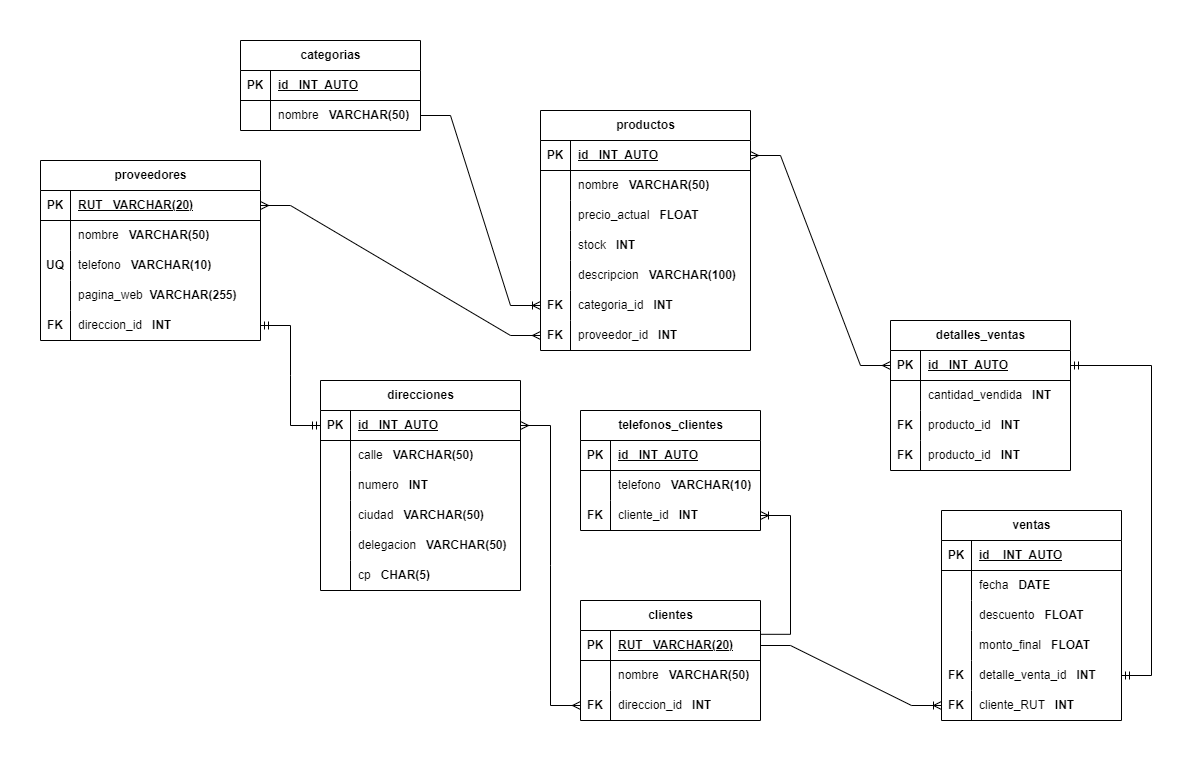
Before: db_diagrams/ModeloRelacional-BD.drawio.png, a diagram exported from draw.io (carolinapineda/Servicio-De-Ventas). Source tidied: cells renumbered, new cells last; positions are measured from the earlier drawing's top-left corner, leaving out a move shared by most shapes.
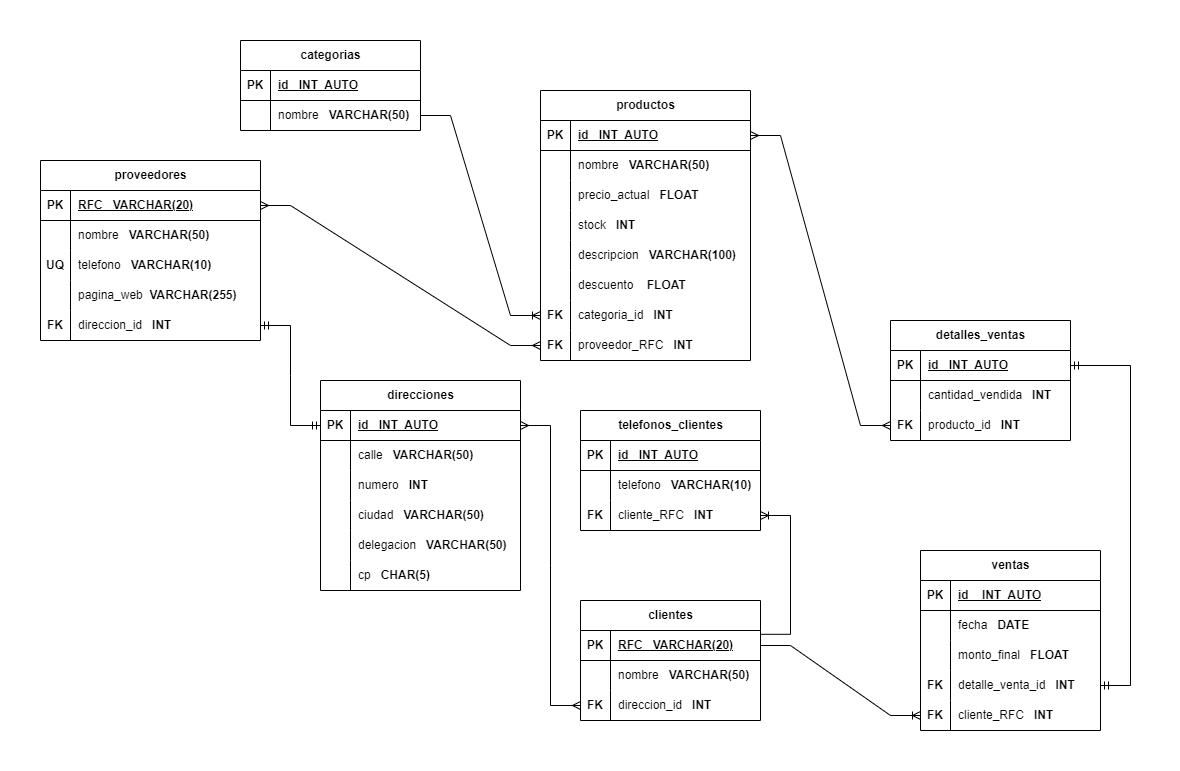
The same file after the commit.

The edit, as a diff of the source:
```diff
@@ -11,7 +11,7 @@
     <mxCell id="4" value="PK" style="shape=partialRectangle;fillColor=none;top=0;left=0;bottom=0;right=0;fontStyle=1;overflow=hidden;whiteSpace=wrap;html=1;" parent="3" vertex="1">
       <mxGeometry width="30" height="30" as="geometry" />
     </mxCell>
-    <mxCell id="5" value="RUT&amp;nbsp; &amp;nbsp;VARCHAR(20)" style="shape=partialRectangle;fillColor=none;top=0;left=0;bottom=0;right=0;align=left;spacingLeft=6;fontStyle=5;overflow=hidden;whiteSpace=wrap;html=1;" parent="3" vertex="1">
+    <mxCell id="5" value="RFC&amp;nbsp; &amp;nbsp;VARCHAR(20)" style="shape=partialRectangle;fillColor=none;top=0;left=0;bottom=0;right=0;align=left;spacingLeft=6;fontStyle=5;overflow=hidden;whiteSpace=wrap;html=1;" parent="3" vertex="1">
       <mxGeometry x="30" width="190" height="30" as="geometry" />
     </mxCell>
     <mxCell id="6" style="shape=tableRow;horizontal=0;startSize=0;swimlaneHead=0;swimlaneBody=0;fillColor=none;top=0;left=0;right=0;bottom=0;" parent="2" vertex="1">
@@ -59,7 +59,7 @@
     <mxCell id="20" value="PK" style="shape=partialRectangle;fillColor=none;top=0;left=0;bottom=0;right=0;fontStyle=1;overflow=hidden;whiteSpace=wrap;html=1;" parent="19" vertex="1">
       <mxGeometry width="30" height="30" as="geometry" />
     </mxCell>
-    <mxCell id="21" value="RUT&amp;nbsp; &amp;nbsp;VARCHAR(20)" style="shape=partialRectangle;fillColor=none;top=0;left=0;bottom=0;right=0;align=left;spacingLeft=6;fontStyle=5;overflow=hidden;whiteSpace=wrap;html=1;" parent="19" vertex="1">
+    <mxCell id="21" value="RFC&amp;nbsp; &amp;nbsp;VARCHAR(20)" style="shape=partialRectangle;fillColor=none;top=0;left=0;bottom=0;right=0;align=left;spacingLeft=6;fontStyle=5;overflow=hidden;whiteSpace=wrap;html=1;" parent="19" vertex="1">
       <mxGeometry x="30" width="150" height="30" as="geometry" />
     </mxCell>
     <mxCell id="22" style="shape=tableRow;horizontal=0;startSize=0;swimlaneHead=0;swimlaneBody=0;fillColor=none;top=0;left=0;right=0;bottom=0;" parent="18" vertex="1">
@@ -107,7 +107,7 @@
     <mxCell id="36" value="FK" style="shape=partialRectangle;fillColor=none;top=0;left=0;bottom=0;right=0;overflow=hidden;whiteSpace=wrap;html=1;fontStyle=1;" parent="35" vertex="1">
       <mxGeometry width="30" height="30" as="geometry" />
     </mxCell>
-    <mxCell id="37" value="cliente_id&amp;nbsp; &amp;nbsp;&lt;b&gt;INT&lt;/b&gt;" style="shape=partialRectangle;fillColor=none;top=0;left=0;bottom=0;right=0;align=left;spacingLeft=6;overflow=hidden;whiteSpace=wrap;html=1;" parent="35" vertex="1">
+    <mxCell id="37" value="cliente_RFC&amp;nbsp; &amp;nbsp;&lt;b&gt;INT&lt;/b&gt;" style="shape=partialRectangle;fillColor=none;top=0;left=0;bottom=0;right=0;align=left;spacingLeft=6;overflow=hidden;whiteSpace=wrap;html=1;" parent="35" vertex="1">
       <mxGeometry x="30" width="150" height="30" as="geometry" />
     </mxCell>
     <mxCell id="38" value="direcciones" style="shape=table;startSize=30;rowLines=0;fontStyle=1;align=center;html=1;" parent="1" vertex="1">
@@ -168,7 +168,7 @@
       <mxGeometry x="30" width="170" height="30" as="geometry" />
     </mxCell>
     <mxCell id="57" value="productos" style="shape=table;startSize=30;rowLines=0;fontStyle=1;align=center;html=1;" parent="1" vertex="1">
-      <mxGeometry x="500" y="70" width="210" height="240" as="geometry" />
+      <mxGeometry x="500" y="50" width="210" height="270" as="geometry" />
     </mxCell>
     <mxCell id="58" style="shape=tableRow;horizontal=0;startSize=0;swimlaneHead=0;swimlaneBody=0;fillColor=none;points=[[0,0.5],[1,0.5]];portConstraint=eastwest;top=0;left=0;right=0;bottom=1;" parent="57" vertex="1">
       <mxGeometry y="30" width="210" height="30" as="geometry" />
@@ -215,8 +215,17 @@
     <mxCell id="72" value="descripcion&amp;nbsp; &amp;nbsp;&lt;b&gt;VARCHAR(100)&lt;/b&gt;" style="shape=partialRectangle;fillColor=none;top=0;left=0;bottom=0;right=0;align=left;spacingLeft=6;overflow=hidden;whiteSpace=wrap;html=1;" parent="70" vertex="1">
       <mxGeometry x="30" width="180" height="30" as="geometry" />
     </mxCell>
+    <mxCell id="126" style="shape=tableRow;horizontal=0;startSize=0;swimlaneHead=0;swimlaneBody=0;fillColor=none;top=0;left=0;right=0;bottom=0;" parent="57" vertex="1">
+      <mxGeometry y="180" width="210" height="30" as="geometry" />
+    </mxCell>
+    <mxCell id="127" style="shape=partialRectangle;fillColor=none;top=0;left=0;bottom=0;right=0;overflow=hidden;whiteSpace=wrap;html=1;fontStyle=1;" parent="126" vertex="1">
+      <mxGeometry width="30" height="30" as="geometry" />
+    </mxCell>
+    <mxCell id="95" value="descuento&amp;nbsp; &amp;nbsp;&lt;b&gt; FLOAT&lt;/b&gt;" style="shape=partialRectangle;fillColor=none;top=0;left=0;bottom=0;right=0;align=left;spacingLeft=6;overflow=hidden;whiteSpace=wrap;html=1;" parent="126" vertex="1">
+      <mxGeometry x="30" width="180" height="30" as="geometry" />
+    </mxCell>
     <mxCell id="73" style="shape=tableRow;horizontal=0;startSize=0;swimlaneHead=0;swimlaneBody=0;fillColor=none;points=[[0,0.5],[1,0.5]];portConstraint=eastwest;top=0;left=0;right=0;bottom=0;" parent="57" vertex="1">
-      <mxGeometry y="180" width="210" height="30" as="geometry" />
+      <mxGeometry y="210" width="210" height="30" as="geometry" />
     </mxCell>
     <mxCell id="74" value="FK" style="shape=partialRectangle;fillColor=none;top=0;left=0;bottom=0;right=0;overflow=hidden;whiteSpace=wrap;html=1;fontStyle=1;" parent="73" vertex="1">
       <mxGeometry width="30" height="30" as="geometry" />
@@ -225,12 +234,12 @@
       <mxGeometry x="30" width="180" height="30" as="geometry" />
     </mxCell>
     <mxCell id="76" style="shape=tableRow;horizontal=0;startSize=0;swimlaneHead=0;swimlaneBody=0;fillColor=none;points=[[0,0.5],[1,0.5]];portConstraint=eastwest;top=0;left=0;right=0;bottom=0;" parent="57" vertex="1">
-      <mxGeometry y="210" width="210" height="30" as="geometry" />
+      <mxGeometry y="240" width="210" height="30" as="geometry" />
     </mxCell>
     <mxCell id="77" value="FK" style="shape=partialRectangle;fillColor=none;top=0;left=0;bottom=0;right=0;overflow=hidden;whiteSpace=wrap;html=1;fontStyle=1;" parent="76" vertex="1">
       <mxGeometry width="30" height="30" as="geometry" />
     </mxCell>
-    <mxCell id="78" value="proveedor_id&amp;nbsp; &amp;nbsp;&lt;b&gt;INT&lt;/b&gt;" style="shape=partialRectangle;fillColor=none;top=0;left=0;bottom=0;right=0;align=left;spacingLeft=6;overflow=hidden;whiteSpace=wrap;html=1;" parent="76" vertex="1">
+    <mxCell id="78" value="proveedor_RFC&amp;nbsp; &amp;nbsp;&lt;b&gt;INT&lt;/b&gt;" style="shape=partialRectangle;fillColor=none;top=0;left=0;bottom=0;right=0;align=left;spacingLeft=6;overflow=hidden;whiteSpace=wrap;html=1;" parent="76" vertex="1">
       <mxGeometry x="30" width="180" height="30" as="geometry" />
     </mxCell>
     <mxCell id="79" value="categorias" style="shape=table;startSize=30;rowLines=0;fontStyle=1;align=center;html=1;" parent="1" vertex="1">
@@ -255,7 +264,7 @@
       <mxGeometry x="30" width="150" height="30" as="geometry" />
     </mxCell>
     <mxCell id="86" value="ventas" style="shape=table;startSize=30;rowLines=0;fontStyle=1;align=center;html=1;" parent="1" vertex="1">
-      <mxGeometry x="901" y="470" width="180" height="210" as="geometry" />
+      <mxGeometry x="880" y="510" width="180" height="180" as="geometry" />
     </mxCell>
     <mxCell id="87" style="shape=tableRow;horizontal=0;startSize=0;swimlaneHead=0;swimlaneBody=0;fillColor=none;top=0;left=0;right=0;bottom=1;" parent="86" vertex="1">
       <mxGeometry y="30" width="180" height="30" as="geometry" />
@@ -275,17 +284,8 @@
     <mxCell id="92" value="fecha&amp;nbsp; &amp;nbsp;&lt;b&gt;DATE&lt;/b&gt;" style="shape=partialRectangle;fillColor=none;top=0;left=0;bottom=0;right=0;align=left;spacingLeft=6;overflow=hidden;whiteSpace=wrap;html=1;" parent="90" vertex="1">
       <mxGeometry x="30" width="150" height="30" as="geometry" />
     </mxCell>
-    <mxCell id="93" style="shape=tableRow;horizontal=0;startSize=0;swimlaneHead=0;swimlaneBody=0;fillColor=none;top=0;left=0;right=0;bottom=0;" parent="86" vertex="1">
-      <mxGeometry y="90" width="180" height="30" as="geometry" />
-    </mxCell>
-    <mxCell id="94" style="shape=partialRectangle;fillColor=none;top=0;left=0;bottom=0;right=0;overflow=hidden;whiteSpace=wrap;html=1;" parent="93" vertex="1">
-      <mxGeometry width="30" height="30" as="geometry" />
-    </mxCell>
-    <mxCell id="95" value="descuento&amp;nbsp; &amp;nbsp;&lt;b&gt;FLOAT&lt;/b&gt;" style="shape=partialRectangle;fillColor=none;top=0;left=0;bottom=0;right=0;align=left;spacingLeft=6;overflow=hidden;whiteSpace=wrap;html=1;" parent="93" vertex="1">
-      <mxGeometry x="30" width="150" height="30" as="geometry" />
-    </mxCell>
     <mxCell id="96" style="shape=tableRow;horizontal=0;startSize=0;swimlaneHead=0;swimlaneBody=0;fillColor=none;top=0;left=0;right=0;bottom=0;" parent="86" vertex="1">
-      <mxGeometry y="120" width="180" height="30" as="geometry" />
+      <mxGeometry y="90" width="180" height="30" as="geometry" />
     </mxCell>
     <mxCell id="97" style="shape=partialRectangle;fillColor=none;top=0;left=0;bottom=0;right=0;overflow=hidden;whiteSpace=wrap;html=1;" parent="96" vertex="1">
       <mxGeometry width="30" height="30" as="geometry" />
@@ -294,7 +294,7 @@
       <mxGeometry x="30" width="150" height="30" as="geometry" />
     </mxCell>
     <mxCell id="99" style="shape=tableRow;horizontal=0;startSize=0;swimlaneHead=0;swimlaneBody=0;fillColor=none;points=[[0,0.5],[1,0.5]];portConstraint=eastwest;top=0;left=0;right=0;bottom=0;" parent="86" vertex="1">
-      <mxGeometry y="150" width="180" height="30" as="geometry" />
+      <mxGeometry y="120" width="180" height="30" as="geometry" />
     </mxCell>
     <mxCell id="100" value="FK" style="shape=partialRectangle;fillColor=none;top=0;left=0;bottom=0;right=0;overflow=hidden;whiteSpace=wrap;html=1;fontStyle=1;" parent="99" vertex="1">
       <mxGeometry width="30" height="30" as="geometry" />
@@ -303,16 +303,16 @@
       <mxGeometry x="30" width="150" height="30" as="geometry" />
     </mxCell>
     <mxCell id="102" style="shape=tableRow;horizontal=0;startSize=0;swimlaneHead=0;swimlaneBody=0;fillColor=none;points=[[0,0.5],[1,0.5]];portConstraint=eastwest;top=0;left=0;right=0;bottom=0;" parent="86" vertex="1">
-      <mxGeometry y="180" width="180" height="30" as="geometry" />
+      <mxGeometry y="150" width="180" height="30" as="geometry" />
     </mxCell>
     <mxCell id="103" value="FK" style="shape=partialRectangle;fillColor=none;top=0;left=0;bottom=0;right=0;overflow=hidden;whiteSpace=wrap;html=1;fontStyle=1;" parent="102" vertex="1">
       <mxGeometry width="30" height="30" as="geometry" />
     </mxCell>
-    <mxCell id="104" value="cliente_RUT&amp;nbsp; &amp;nbsp;&lt;b&gt;INT&lt;/b&gt;" style="shape=partialRectangle;fillColor=none;top=0;left=0;bottom=0;right=0;align=left;spacingLeft=6;overflow=hidden;whiteSpace=wrap;html=1;" parent="102" vertex="1">
+    <mxCell id="104" value="cliente_RFC&amp;nbsp; &amp;nbsp;&lt;b&gt;INT&lt;/b&gt;" style="shape=partialRectangle;fillColor=none;top=0;left=0;bottom=0;right=0;align=left;spacingLeft=6;overflow=hidden;whiteSpace=wrap;html=1;" parent="102" vertex="1">
       <mxGeometry x="30" width="150" height="30" as="geometry" />
     </mxCell>
     <mxCell id="105" value="detalles_ventas" style="shape=table;startSize=30;rowLines=0;fontStyle=1;align=center;html=1;" parent="1" vertex="1">
-      <mxGeometry x="850" y="280" width="180" height="150" as="geometry" />
+      <mxGeometry x="850" y="280" width="180" height="120" as="geometry" />
     </mxCell>
     <mxCell id="106" style="shape=tableRow;horizontal=0;startSize=0;swimlaneHead=0;swimlaneBody=0;fillColor=none;points=[[0,0.5],[1,0.5]];portConstraint=eastwest;top=0;left=0;right=0;bottom=1;" parent="105" vertex="1">
       <mxGeometry y="30" width="180" height="30" as="geometry" />
@@ -341,15 +341,6 @@
     <mxCell id="114" value="producto_id&amp;nbsp; &amp;nbsp;&lt;b&gt;INT&lt;/b&gt;" style="shape=partialRectangle;fillColor=none;top=0;left=0;bottom=0;right=0;align=left;spacingLeft=6;overflow=hidden;whiteSpace=wrap;html=1;" parent="112" vertex="1">
       <mxGeometry x="30" width="150" height="30" as="geometry" />
     </mxCell>
-    <mxCell id="115" style="shape=tableRow;horizontal=0;startSize=0;swimlaneHead=0;swimlaneBody=0;fillColor=none;top=0;left=0;right=0;bottom=0;" parent="105" vertex="1">
-      <mxGeometry y="120" width="180" height="30" as="geometry" />
-    </mxCell>
-    <mxCell id="116" value="FK" style="shape=partialRectangle;fillColor=none;top=0;left=0;bottom=0;right=0;overflow=hidden;whiteSpace=wrap;html=1;fontStyle=1;" parent="115" vertex="1">
-      <mxGeometry width="30" height="30" as="geometry" />
-    </mxCell>
-    <mxCell id="117" value="producto_id&amp;nbsp; &amp;nbsp;&lt;b&gt;INT&lt;/b&gt;" style="shape=partialRectangle;fillColor=none;top=0;left=0;bottom=0;right=0;align=left;spacingLeft=6;overflow=hidden;whiteSpace=wrap;html=1;" parent="115" vertex="1">
-      <mxGeometry x="30" width="150" height="30" as="geometry" />
-    </mxCell>
     <mxCell id="118" style="edgeStyle=entityRelationEdgeStyle;fontSize=12;html=1;endArrow=ERmany;startArrow=ERmany;rounded=0;exitX=1;exitY=0.5;exitDx=0;exitDy=0;entryX=0;entryY=0.5;entryDx=0;entryDy=0;" parent="1" edge="1" source="39" target="25">
       <mxGeometry relative="1" as="geometry" />
     </mxCell>
@@ -369,7 +360,7 @@
     <mxCell id="122" style="edgeStyle=entityRelationEdgeStyle;fontSize=12;html=1;endArrow=ERmandOne;startArrow=ERmandOne;rounded=0;exitX=1;exitY=0.5;exitDx=0;exitDy=0;entryX=0;entryY=0.5;entryDx=0;entryDy=0;" parent="1" edge="1" source="15" target="39">
       <mxGeometry relative="1" as="geometry" />
     </mxCell>
-    <mxCell id="123" style="edgeStyle=entityRelationEdgeStyle;fontSize=12;html=1;endArrow=ERmany;startArrow=ERmany;rounded=0;entryX=0;entryY=0.5;entryDx=0;entryDy=0;exitX=1;exitY=0.5;exitDx=0;exitDy=0;" parent="1" edge="1" source="58" target="106">
+    <mxCell id="123" style="edgeStyle=entityRelationEdgeStyle;fontSize=12;html=1;endArrow=ERmany;startArrow=ERmany;rounded=0;entryX=0;entryY=0.5;entryDx=0;entryDy=0;exitX=1;exitY=0.5;exitDx=0;exitDy=0;" parent="1" edge="1" source="58" target="112">
       <mxGeometry relative="1" as="geometry" />
     </mxCell>
     <mxCell id="124" style="edgeStyle=entityRelationEdgeStyle;fontSize=12;html=1;endArrow=ERmany;startArrow=ERmany;rounded=0;exitX=1;exitY=0.5;exitDx=0;exitDy=0;entryX=0;entryY=0.5;entryDx=0;entryDy=0;" parent="1" edge="1" source="3" target="76">
```
